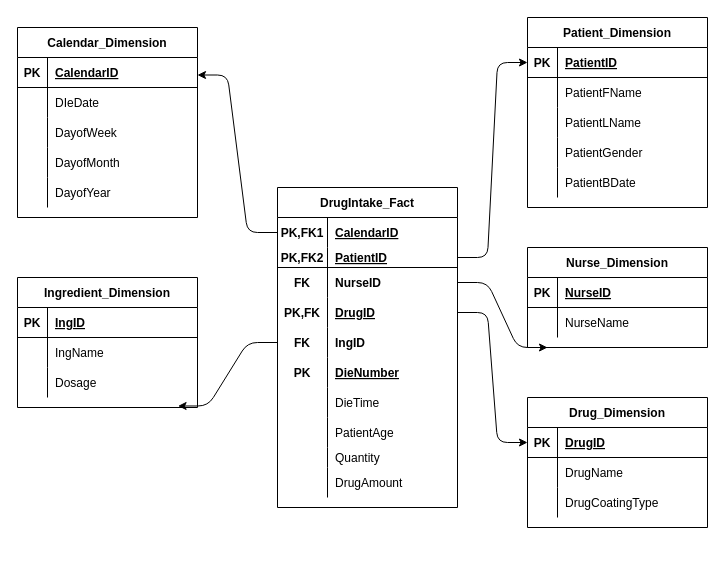
Above: Untitled Diagram.drawio in meetsomto/dbs (draw.io), before the change. Source tidied: cells renumbered, new cells numbered last; positions are measured from the earlier drawing's top-left corner, leaving out a move shared by most shapes. Both pictures are drawn from the tidied source at 100%, with x=0, y=0 at pixel (17, 17).
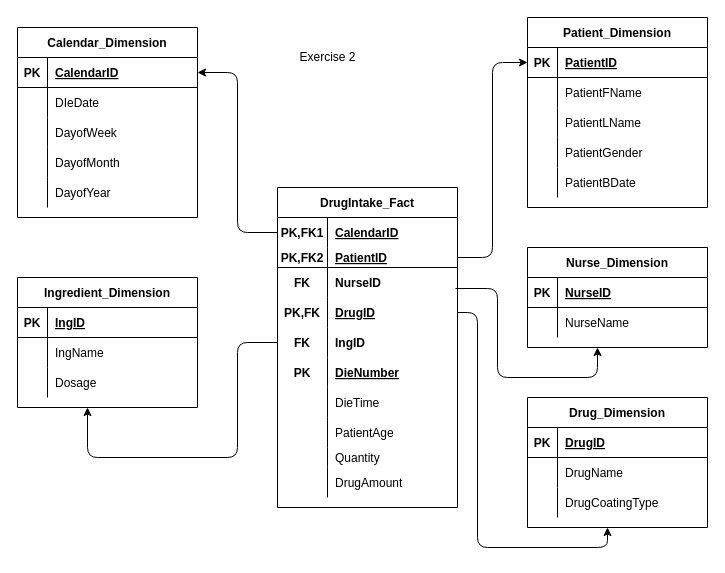
After the change.

The change refers to these unchanged cells:
```xml
<mxCell id="3" style="shape=partialRectangle;fillColor=none;top=0;left=0;bottom=0;right=0;points=[[0,0.5],[1,0.5]];portConstraint=eastwest;" parent="2" vertex="1">
  <mxGeometry y="30" width="180" height="30" as="geometry" />
</mxCell>
<mxCell id="6" style="shape=partialRectangle;fillColor=none;top=0;left=0;bottom=1;right=0;points=[[0,0.5],[1,0.5]];portConstraint=eastwest;" parent="2" vertex="1">
  <mxGeometry y="60" width="180" height="20" as="geometry" />
</mxCell>
<mxCell id="9" style="shape=partialRectangle;fillColor=none;top=0;left=0;bottom=0;right=0;points=[[0,0.5],[1,0.5]];portConstraint=eastwest;" parent="2" vertex="1">
  <mxGeometry y="80" width="180" height="30" as="geometry" />
</mxCell>
<mxCell id="12" style="shape=partialRectangle;fillColor=none;top=0;left=0;bottom=0;right=0;points=[[0,0.5],[1,0.5]];portConstraint=eastwest;" parent="2" vertex="1">
  <mxGeometry y="110" width="180" height="30" as="geometry" />
</mxCell>
<mxCell id="15" style="shape=partialRectangle;fillColor=none;top=0;left=0;bottom=0;right=0;points=[[0,0.5],[1,0.5]];portConstraint=eastwest;" parent="2" vertex="1">
  <mxGeometry y="140" width="180" height="30" as="geometry" />
</mxCell>
<mxCell id="33" value="Calendar_Dimension" style="shape=table;startSize=30;childLayout=tableLayout;rowLines=0;fontStyle=1;align=center;" parent="1" vertex="1">
  <mxGeometry y="10" width="180" height="190" as="geometry" />
</mxCell>
<mxCell id="34" style="shape=partialRectangle;fillColor=none;top=0;left=0;bottom=1;right=0;points=[[0,0.5],[1,0.5]];portConstraint=eastwest;" parent="33" vertex="1">
  <mxGeometry y="30" width="180" height="30" as="geometry" />
</mxCell>
<mxCell id="50" style="shape=partialRectangle;fillColor=none;top=0;left=0;bottom=1;right=0;points=[[0,0.5],[1,0.5]];portConstraint=eastwest;" parent="49" vertex="1">
  <mxGeometry y="30" width="180" height="30" as="geometry" />
</mxCell>
<mxCell id="74" style="shape=partialRectangle;fillColor=none;top=0;left=0;bottom=0;right=0;points=[[0,0.5],[1,0.5]];portConstraint=eastwest;" parent="67" vertex="1">
  <mxGeometry y="90" width="180" height="30" as="geometry" />
</mxCell>
<mxCell id="79" style="shape=partialRectangle;fillColor=none;top=0;left=0;bottom=1;right=0;points=[[0,0.5],[1,0.5]];portConstraint=eastwest;" parent="78" vertex="1">
  <mxGeometry y="30" width="180" height="30" as="geometry" />
</mxCell>
```

Diff of the diagram source:
```diff
@@
-    <mxCell id="65" style="edgeStyle=entityRelationEdgeStyle;fontSize=12;html=1;endArrow=classic;endFill=1;entryX=1;entryY=0.25;entryDx=0;entryDy=0;exitX=0;exitY=0.5;exitDx=0;exitDy=0;" parent="1" edge="1" source="3" target="33">
-      <mxGeometry relative="1" as="geometry" />
-    </mxCell>
-    <mxCell id="66" style="edgeStyle=entityRelationEdgeStyle;fontSize=12;html=1;endArrow=classic;endFill=1;entryX=0;entryY=0.5;entryDx=0;entryDy=0;" parent="1" edge="1" target="50">
-      <mxGeometry relative="1" as="geometry">
-        <mxPoint x="440" y="240" as="sourcePoint" />
-      </mxGeometry>
-    </mxCell>
@@
-    <mxCell id="77" style="edgeStyle=entityRelationEdgeStyle;fontSize=12;html=1;endArrow=classic;endFill=1;exitX=0;exitY=0.5;exitDx=0;exitDy=0;entryX=0.892;entryY=1.283;entryDx=0;entryDy=0;entryPerimeter=0;" parent="1" edge="1" source="15" target="74">
-      <mxGeometry relative="1" as="geometry" />
-    </mxCell>
@@
-    <mxCell id="88" style="edgeStyle=entityRelationEdgeStyle;fontSize=12;html=1;endArrow=classic;endFill=1;exitX=1;exitY=0.5;exitDx=0;exitDy=0;entryX=0;entryY=0.5;entryDx=0;entryDy=0;" parent="1" edge="1" source="12" target="79">
-      <mxGeometry relative="1" as="geometry" />
-    </mxCell>
@@
-    <mxCell id="96" style="edgeStyle=entityRelationEdgeStyle;fontSize=12;html=1;endArrow=classic;endFill=1;exitX=1;exitY=0.5;exitDx=0;exitDy=0;" parent="1" edge="1" source="9">
-      <mxGeometry relative="1" as="geometry">
-        <mxPoint x="530" y="330" as="targetPoint" />
-      </mxGeometry>
-    </mxCell>
+    <mxCell id="97" style="edgeStyle=elbowEdgeStyle;elbow=horizontal;endArrow=classic;html=1;entryX=0;entryY=0.5;entryDx=0;entryDy=0;exitX=1;exitY=0.5;exitDx=0;exitDy=0;" parent="1" edge="1" source="6" target="50">
+      <mxGeometry relative="1" as="geometry" />
+    </mxCell>
+    <mxCell id="98" style="edgeStyle=elbowEdgeStyle;elbow=horizontal;endArrow=classic;html=1;entryX=1;entryY=0.5;entryDx=0;entryDy=0;exitX=0;exitY=0.5;exitDx=0;exitDy=0;" parent="1" edge="1" source="3" target="34">
+      <mxGeometry relative="1" as="geometry" />
+    </mxCell>
+    <mxCell id="99" style="edgeStyle=segmentEdgeStyle;endArrow=none;html=1;entryX=0;entryY=0.5;entryDx=0;entryDy=0;endFill=0;startArrow=classic;startFill=1;" parent="1" edge="1" target="15">
+      <mxGeometry relative="1" as="geometry">
+        <mxPoint x="70" y="390" as="sourcePoint" />
+        <Array as="points">
+          <mxPoint x="70" y="440" />
+          <mxPoint x="220" y="440" />
+          <mxPoint x="220" y="325" />
+        </Array>
+      </mxGeometry>
+    </mxCell>
+    <mxCell id="100" style="edgeStyle=segmentEdgeStyle;endArrow=none;html=1;entryX=0.989;entryY=-0.3;entryDx=0;entryDy=0;endFill=0;startArrow=classic;startFill=1;entryPerimeter=0;" parent="1" edge="1" target="12">
+      <mxGeometry relative="1" as="geometry">
+        <mxPoint x="580" y="330" as="sourcePoint" />
+        <Array as="points">
+          <mxPoint x="580" y="360" />
+          <mxPoint x="480" y="360" />
+          <mxPoint x="480" y="271" />
+        </Array>
+      </mxGeometry>
+    </mxCell>
+    <mxCell id="101" style="edgeStyle=segmentEdgeStyle;endArrow=none;html=1;entryX=1;entryY=0.5;entryDx=0;entryDy=0;endFill=0;startArrow=classic;startFill=1;" parent="1" edge="1" target="12">
+      <mxGeometry relative="1" as="geometry">
+        <mxPoint x="590" y="510" as="sourcePoint" />
+        <Array as="points">
+          <mxPoint x="590" y="530" />
+          <mxPoint x="460" y="530" />
+          <mxPoint x="460" y="295" />
+        </Array>
+      </mxGeometry>
+    </mxCell>
+    <mxCell id="102" value="Exercise 2" style="text;html=1;align=center;verticalAlign=middle;" parent="1" vertex="1">
+      <mxGeometry x="275" y="30" width="70" height="20" as="geometry" />
+    </mxCell>
```
